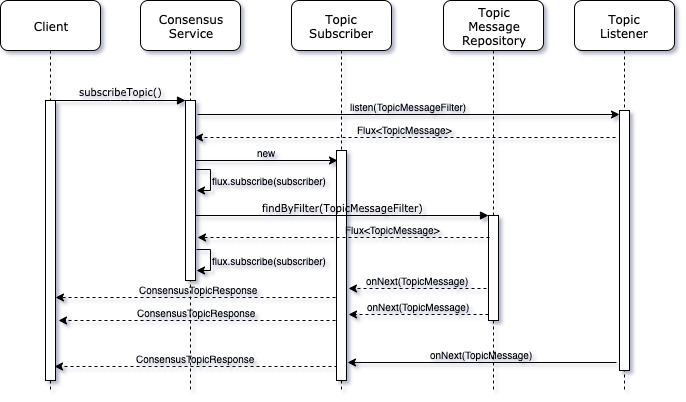
The draw.io diagram docs/design/hcs-consensus-service.png in hashgraph/hedera-mirror-node, before a commit. Source tidied: cells renumbered, new cells last; positions are measured from the earlier drawing's top-left corner, leaving out a move shared by most shapes.
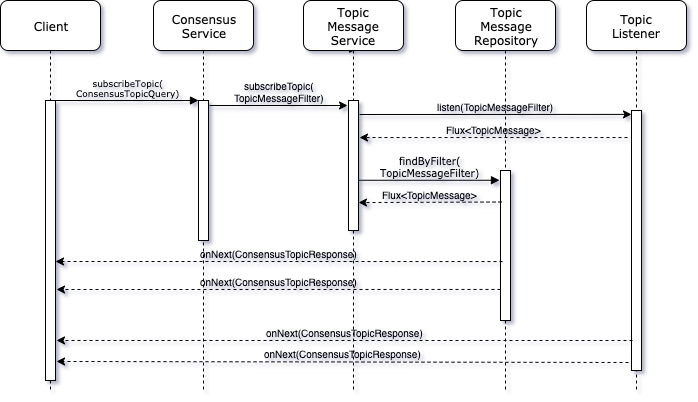
The same diagram one commit later.

Commit message:
Use reactive-grpc & split consensus service

Change to the diagram source:
```diff
@@ -3,27 +3,16 @@
     <mxCell id="0" />
     <mxCell id="1" parent="0" />
     <mxCell id="2" value="Consensus&lt;br&gt;Service" style="shape=umlLifeline;perimeter=lifelinePerimeter;whiteSpace=wrap;html=1;rounded=1;shadow=0;comic=0;labelBackgroundColor=none;strokeWidth=1;fontFamily=Verdana;fontSize=12;align=center;size=50;" parent="1" vertex="1">
-      <mxGeometry x="140" width="100" height="390" as="geometry" />
+      <mxGeometry x="141" width="100" height="390" as="geometry" />
     </mxCell>
     <mxCell id="3" style="html=1;points=[];perimeter=orthogonalPerimeter;rounded=0;shadow=0;comic=0;labelBackgroundColor=none;strokeWidth=1;fontFamily=Verdana;fontSize=12;align=center;" parent="2" vertex="1">
-      <mxGeometry x="45" y="100" width="10" height="180" as="geometry" />
+      <mxGeometry x="45" y="100" width="10" height="140" as="geometry" />
     </mxCell>
-    <mxCell id="4" value="flux.subscribe(subscriber)" style="edgeStyle=orthogonalEdgeStyle;rounded=0;orthogonalLoop=1;jettySize=auto;html=1;labelBackgroundColor=none;fontSize=10;labelPosition=right;verticalLabelPosition=middle;align=left;verticalAlign=middle;" parent="2" edge="1">
-      <mxGeometry relative="1" as="geometry">
-        <mxPoint x="56" y="169" as="sourcePoint" />
-        <mxPoint x="56" y="190" as="targetPoint" />
-        <Array as="points">
-          <mxPoint x="70" y="169" />
-          <mxPoint x="70" y="190" />
-          <mxPoint x="56" y="190" />
-        </Array>
-      </mxGeometry>
-    </mxCell>
     <mxCell id="5" value="Topic&lt;br&gt;Message&lt;br&gt;Repository" style="shape=umlLifeline;perimeter=lifelinePerimeter;whiteSpace=wrap;html=1;rounded=1;shadow=0;comic=0;labelBackgroundColor=none;strokeWidth=1;fontFamily=Verdana;fontSize=12;align=center;size=50;" parent="1" vertex="1">
       <mxGeometry x="443" width="100" height="390" as="geometry" />
     </mxCell>
     <mxCell id="6" style="html=1;points=[];perimeter=orthogonalPerimeter;rounded=0;shadow=0;comic=0;labelBackgroundColor=none;strokeWidth=1;fontFamily=Verdana;fontSize=12;align=center;" parent="5" vertex="1">
-      <mxGeometry x="45" y="215" width="10" height="105" as="geometry" />
+      <mxGeometry x="45" y="170" width="10" height="150" as="geometry" />
     </mxCell>
     <mxCell id="7" value="Topic&lt;br&gt;Listener" style="shape=umlLifeline;perimeter=lifelinePerimeter;whiteSpace=wrap;html=1;rounded=1;shadow=0;comic=0;labelBackgroundColor=none;strokeWidth=1;fontFamily=Verdana;fontSize=12;align=center;size=50;" parent="1" vertex="1">
       <mxGeometry x="574" width="100" height="390" as="geometry" />
@@ -31,91 +20,69 @@
     <mxCell id="8" style="html=1;points=[];perimeter=orthogonalPerimeter;rounded=0;shadow=0;comic=0;labelBackgroundColor=none;strokeWidth=1;fontFamily=Verdana;fontSize=12;align=center;" parent="7" vertex="1">
       <mxGeometry x="45" y="110" width="10" height="260" as="geometry" />
     </mxCell>
+    <mxCell id="26" style="edgeStyle=none;rounded=0;jettySize=auto;html=1;dashed=1;fontSize=10;" parent="1" edge="1" source="9">
+      <mxGeometry relative="1" as="geometry">
+        <mxPoint x="341" y="50" as="targetPoint" />
+      </mxGeometry>
+    </mxCell>
-    <mxCell id="9" value="Topic&lt;br&gt;Subscriber" style="shape=umlLifeline;perimeter=lifelinePerimeter;whiteSpace=wrap;html=1;outlineConnect=0;rounded=1;shadow=0;comic=0;labelBackgroundColor=none;strokeWidth=1;fontFamily=Verdana;fontSize=12;align=center;size=50;" parent="1" vertex="1">
+    <mxCell id="9" value="Topic&lt;br&gt;Message&lt;br&gt;Service" style="shape=umlLifeline;perimeter=lifelinePerimeter;whiteSpace=wrap;html=1;outlineConnect=0;rounded=1;shadow=0;comic=0;labelBackgroundColor=none;strokeWidth=1;fontFamily=Verdana;fontSize=12;align=center;size=50;" parent="1" vertex="1">
       <mxGeometry x="291" width="100" height="390" as="geometry" />
     </mxCell>
     <mxCell id="10" value="Client" style="shape=umlLifeline;perimeter=lifelinePerimeter;whiteSpace=wrap;html=1;rounded=1;shadow=0;comic=0;labelBackgroundColor=none;strokeWidth=1;fontFamily=Verdana;fontSize=12;align=center;size=50;" parent="1" vertex="1">
-      <mxGeometry width="100" height="390" as="geometry" />
+      <mxGeometry x="-12" width="100" height="390" as="geometry" />
     </mxCell>
     <mxCell id="11" style="html=1;points=[];perimeter=orthogonalPerimeter;rounded=0;shadow=0;comic=0;labelBackgroundColor=none;strokeWidth=1;fontFamily=Verdana;fontSize=12;align=center;" parent="10" vertex="1">
       <mxGeometry x="45" y="100" width="10" height="280" as="geometry" />
     </mxCell>
-    <mxCell id="12" value="ConsensusTopicResponse" style="edgeStyle=orthogonalEdgeStyle;rounded=0;jettySize=auto;html=1;labelBackgroundColor=none;labelPosition=center;verticalLabelPosition=top;align=center;verticalAlign=bottom;dashed=1;entryX=1;entryY=0.679;entryDx=0;entryDy=0;entryPerimeter=0;exitX=0.5;exitY=0.639;exitDx=0;exitDy=0;exitPerimeter=0;fontSize=10;" parent="1" edge="1" source="15">
-      <mxGeometry relative="1" as="geometry">
-        <mxPoint x="55" y="297" as="targetPoint" />
-      </mxGeometry>
-    </mxCell>
-    <mxCell id="13" value="ConsensusTopicResponse" style="edgeStyle=orthogonalEdgeStyle;rounded=0;orthogonalLoop=1;jettySize=auto;html=1;entryX=1.3;entryY=0.618;entryDx=0;entryDy=0;entryPerimeter=0;dashed=1;labelBackgroundColor=none;fontSize=10;exitX=-0.1;exitY=0.7;exitDx=0;exitDy=0;exitPerimeter=0;labelPosition=center;verticalLabelPosition=top;align=center;verticalAlign=bottom;" parent="1" edge="1">
-      <mxGeometry relative="1" as="geometry">
-        <mxPoint x="335" y="320" as="sourcePoint" />
-        <mxPoint x="58" y="320" as="targetPoint" />
-      </mxGeometry>
-    </mxCell>
-    <mxCell id="14" value="ConsensusTopicResponse" style="edgeStyle=orthogonalEdgeStyle;rounded=0;jettySize=auto;html=1;dashed=1;labelBackgroundColor=none;fontSize=10;exitX=0;exitY=0.943;exitDx=0;exitDy=0;exitPerimeter=0;labelPosition=center;verticalLabelPosition=top;align=center;verticalAlign=bottom;" parent="1" edge="1" source="15">
-      <mxGeometry relative="1" as="geometry">
-        <mxPoint x="54" y="366" as="targetPoint" />
-        <Array as="points">
-          <mxPoint x="336" y="366" />
-          <mxPoint x="54" y="366" />
-        </Array>
-      </mxGeometry>
-    </mxCell>
+    <mxCell id="27" style="edgeStyle=orthogonalEdgeStyle;rounded=0;jettySize=auto;html=1;dashed=1;fontSize=10;" parent="1" edge="1" source="15" target="9">
+      <mxGeometry relative="1" as="geometry">
+        <Array as="points">
+          <mxPoint x="341" y="90" />
+          <mxPoint x="341" y="90" />
+        </Array>
+      </mxGeometry>
+    </mxCell>
     <mxCell id="15" style="html=1;points=[];perimeter=orthogonalPerimeter;rounded=0;shadow=0;comic=0;labelBackgroundColor=none;strokeColor=#000000;strokeWidth=1;fillColor=#FFFFFF;fontFamily=Verdana;fontSize=12;fontColor=#000000;align=center;" parent="1" vertex="1">
-      <mxGeometry x="336" y="150" width="10" height="230" as="geometry" />
+      <mxGeometry x="336" y="100" width="10" height="130" as="geometry" />
     </mxCell>
-    <mxCell id="16" value="&lt;font style=&quot;font-size: 10px&quot;&gt;subscribeTopic()&lt;/font&gt;" style="html=1;verticalAlign=bottom;endArrow=block;entryX=0;entryY=0;labelBackgroundColor=none;fontFamily=Verdana;fontSize=12;edgeStyle=elbowEdgeStyle;elbow=vertical;" parent="1" edge="1" source="11" target="3">
+    <mxCell id="16" value="&lt;font style=&quot;font-size: 9px;&quot;&gt;subscribeTopic(&lt;br style=&quot;font-size: 9px;&quot;&gt;ConsensusTopicQuery)&lt;/font&gt;" style="html=1;verticalAlign=bottom;endArrow=block;entryX=0;entryY=0;labelBackgroundColor=none;fontFamily=Verdana;fontSize=9;elbow=vertical;" parent="1" edge="1" source="11" target="3">
       <mxGeometry relative="1" as="geometry" />
     </mxCell>
-    <mxCell id="17" value="findByFilter(TopicMessageFilter)" style="html=1;verticalAlign=bottom;endArrow=block;entryX=0;entryY=0;labelBackgroundColor=none;fontFamily=Verdana;fontSize=10;edgeStyle=elbowEdgeStyle;elbow=vertical;labelPosition=center;verticalLabelPosition=top;align=center;" parent="1" edge="1" target="6">
-      <mxGeometry relative="1" as="geometry">
-        <mxPoint x="195" y="215" as="sourcePoint" />
-      </mxGeometry>
+    <mxCell id="17" value="findByFilter(&lt;br&gt;TopicMessageFilter)" style="html=1;verticalAlign=bottom;endArrow=block;entryX=-0.1;entryY=0.065;labelBackgroundColor=none;fontFamily=Verdana;fontSize=10;elbow=vertical;labelPosition=center;verticalLabelPosition=top;align=center;entryDx=0;entryDy=0;entryPerimeter=0;" parent="1" edge="1" source="15" target="6">
+      <mxGeometry relative="1" as="geometry" />
     </mxCell>
-    <mxCell id="18" value="onNext(TopicMessage)" style="edgeStyle=orthogonalEdgeStyle;rounded=0;orthogonalLoop=1;jettySize=auto;html=1;dashed=1;labelPosition=center;verticalLabelPosition=top;align=center;verticalAlign=bottom;labelBackgroundColor=none;fontSize=10;exitX=-0.2;exitY=0.61;exitDx=0;exitDy=0;exitPerimeter=0;" parent="1" edge="1">
-      <mxGeometry relative="1" as="geometry">
-        <mxPoint x="486" y="288" as="sourcePoint" />
-        <mxPoint x="348" y="288" as="targetPoint" />
-      </mxGeometry>
+    <mxCell id="18" value="onNext(ConsensusTopicResponse)" style="rounded=0;jettySize=auto;html=1;dashed=1;labelPosition=center;verticalLabelPosition=top;align=center;verticalAlign=bottom;labelBackgroundColor=none;fontSize=10;entryX=1;entryY=0.575;entryDx=0;entryDy=0;entryPerimeter=0;exitX=0.2;exitY=0.607;exitDx=0;exitDy=0;exitPerimeter=0;" parent="1" edge="1" source="6" target="11">
+      <mxGeometry relative="1" as="geometry" />
     </mxCell>
-    <mxCell id="19" value="listen(TopicMessageFilter)" style="edgeStyle=orthogonalEdgeStyle;rounded=0;jettySize=auto;html=1;entryX=0;entryY=0.015;entryDx=0;entryDy=0;entryPerimeter=0;labelPosition=center;verticalLabelPosition=top;align=center;verticalAlign=bottom;labelBackgroundColor=none;fontSize=10;" parent="1" edge="1" target="8">
+    <mxCell id="19" value="listen(TopicMessageFilter)" style="rounded=0;jettySize=auto;html=1;entryX=0;entryY=0.015;entryDx=0;entryDy=0;entryPerimeter=0;labelPosition=center;verticalLabelPosition=top;align=center;verticalAlign=bottom;labelBackgroundColor=none;fontSize=10;" parent="1" edge="1" target="8">
       <mxGeometry relative="1" as="geometry">
-        <mxPoint x="197" y="114" as="sourcePoint" />
+        <mxPoint x="347" y="114" as="sourcePoint" />
       </mxGeometry>
     </mxCell>
-    <mxCell id="20" value="Flux&amp;lt;TopicMessage&amp;gt;" style="edgeStyle=orthogonalEdgeStyle;rounded=0;jettySize=auto;html=1;entryX=0.9;entryY=0.168;entryDx=0;entryDy=0;entryPerimeter=0;dashed=1;labelPosition=center;verticalLabelPosition=top;align=center;verticalAlign=bottom;labelBackgroundColor=none;exitX=-0.4;exitY=0.104;exitDx=0;exitDy=0;exitPerimeter=0;fontSize=10;" parent="1" edge="1" source="8">
-      <mxGeometry relative="1" as="geometry">
-        <mxPoint x="194" y="137" as="targetPoint" />
-      </mxGeometry>
+    <mxCell id="20" value="Flux&amp;lt;TopicMessage&amp;gt;" style="rounded=0;jettySize=auto;html=1;dashed=1;labelPosition=center;verticalLabelPosition=top;align=center;verticalAlign=bottom;labelBackgroundColor=none;exitX=-0.4;exitY=0.104;exitDx=0;exitDy=0;exitPerimeter=0;fontSize=10;entryX=1.1;entryY=0.285;entryDx=0;entryDy=0;entryPerimeter=0;" parent="1" edge="1" source="8" target="15">
+      <mxGeometry relative="1" as="geometry" />
     </mxCell>
-    <mxCell id="21" value="onNext(TopicMessage)" style="edgeStyle=orthogonalEdgeStyle;rounded=0;jettySize=auto;html=1;labelBackgroundColor=none;labelPosition=center;verticalLabelPosition=top;align=center;verticalAlign=bottom;fontSize=10;entryX=1.1;entryY=0.922;entryDx=0;entryDy=0;entryPerimeter=0;" parent="1" edge="1" target="15">
+    <mxCell id="21" value="onNext(ConsensusTopicResponse)" style="rounded=0;jettySize=auto;html=1;labelBackgroundColor=none;labelPosition=center;verticalLabelPosition=top;align=center;verticalAlign=bottom;fontSize=10;dashed=1;entryX=1.1;entryY=0.932;entryDx=0;entryDy=0;entryPerimeter=0;" parent="1" edge="1" target="11">
       <mxGeometry relative="1" as="geometry">
         <mxPoint x="616" y="362" as="sourcePoint" />
       </mxGeometry>
     </mxCell>
-    <mxCell id="22" value="onNext(TopicMessage)" style="edgeStyle=orthogonalEdgeStyle;rounded=0;orthogonalLoop=1;jettySize=auto;html=1;dashed=1;labelBackgroundColor=none;fontSize=10;exitX=0;exitY=0.867;exitDx=0;exitDy=0;exitPerimeter=0;labelPosition=center;verticalLabelPosition=top;align=center;verticalAlign=bottom;" parent="1" edge="1">
-      <mxGeometry relative="1" as="geometry">
-        <mxPoint x="488" y="314" as="sourcePoint" />
-        <mxPoint x="348" y="314" as="targetPoint" />
-      </mxGeometry>
+    <mxCell id="22" value="onNext(ConsensusTopicResponse)" style="rounded=0;jettySize=auto;html=1;dashed=1;labelBackgroundColor=none;fontSize=10;labelPosition=center;verticalLabelPosition=top;align=center;verticalAlign=bottom;entryX=1.1;entryY=0.675;entryDx=0;entryDy=0;entryPerimeter=0;exitX=0;exitY=0.793;exitDx=0;exitDy=0;exitPerimeter=0;" parent="1" edge="1" source="6" target="11">
+      <mxGeometry relative="1" as="geometry" />
     </mxCell>
-    <mxCell id="23" value="new" style="edgeStyle=orthogonalEdgeStyle;rounded=0;jettySize=auto;html=1;entryX=0.1;entryY=0.043;entryDx=0;entryDy=0;entryPerimeter=0;labelBackgroundColor=none;fontSize=10;labelPosition=center;verticalLabelPosition=top;align=center;verticalAlign=bottom;" parent="1" edge="1" target="15">
+    <mxCell id="23" value="subscribeTopic(&lt;br style=&quot;font-size: 10px;&quot;&gt;TopicMessageFilter)" style="rounded=0;orthogonalLoop=1;jettySize=auto;html=1;labelBackgroundColor=none;fontSize=10;labelPosition=center;verticalLabelPosition=top;align=center;verticalAlign=bottom;" parent="1" edge="1">
       <mxGeometry relative="1" as="geometry">
-        <mxPoint x="195" y="160" as="sourcePoint" />
+        <mxPoint x="197" y="105" as="sourcePoint" />
+        <mxPoint x="335" y="105" as="targetPoint" />
       </mxGeometry>
     </mxCell>
-    <mxCell id="24" value="Flux&amp;lt;TopicMessage&amp;gt;" style="edgeStyle=orthogonalEdgeStyle;rounded=0;jettySize=auto;html=1;entryX=1.2;entryY=0.761;entryDx=0;entryDy=0;entryPerimeter=0;labelBackgroundColor=none;fontSize=10;dashed=1;exitX=0.1;exitY=0.21;exitDx=0;exitDy=0;exitPerimeter=0;labelPosition=right;verticalLabelPosition=top;align=left;verticalAlign=bottom;" parent="1" edge="1" source="6" target="3">
+    <mxCell id="24" value="Flux&amp;lt;TopicMessage&amp;gt;" style="rounded=0;jettySize=auto;html=1;labelBackgroundColor=none;fontSize=10;dashed=1;exitX=0.1;exitY=0.21;exitDx=0;exitDy=0;exitPerimeter=0;labelPosition=center;verticalLabelPosition=top;align=center;verticalAlign=bottom;entryX=1;entryY=0.785;entryDx=0;entryDy=0;entryPerimeter=0;" parent="1" edge="1" source="6" target="15">
       <mxGeometry relative="1" as="geometry" />
     </mxCell>
-    <mxCell id="25" value="flux.subscribe(subscriber)" style="edgeStyle=orthogonalEdgeStyle;rounded=0;orthogonalLoop=1;jettySize=auto;html=1;labelBackgroundColor=none;fontSize=10;labelPosition=right;verticalLabelPosition=middle;align=left;verticalAlign=middle;" parent="1" edge="1">
-      <mxGeometry relative="1" as="geometry">
-        <mxPoint x="196" y="249" as="sourcePoint" />
-        <mxPoint x="196" y="270" as="targetPoint" />
-        <Array as="points">
-          <mxPoint x="210" y="249" />
-          <mxPoint x="210" y="270" />
-          <mxPoint x="196" y="270" />
-        </Array>
-      </mxGeometry>
-    </mxCell>
+    <mxCell id="28" value="onNext(ConsensusTopicResponse)" style="rounded=0;jettySize=auto;html=1;labelBackgroundColor=none;labelPosition=center;verticalLabelPosition=top;align=center;verticalAlign=bottom;fontSize=10;entryX=1.1;entryY=0.857;entryDx=0;entryDy=0;entryPerimeter=0;dashed=1;" parent="1" edge="1" target="11">
+      <mxGeometry relative="1" as="geometry">
+        <mxPoint x="620" y="340" as="sourcePoint" />
+      </mxGeometry>
+    </mxCell>
   </root>
 </mxGraphModel>
```
